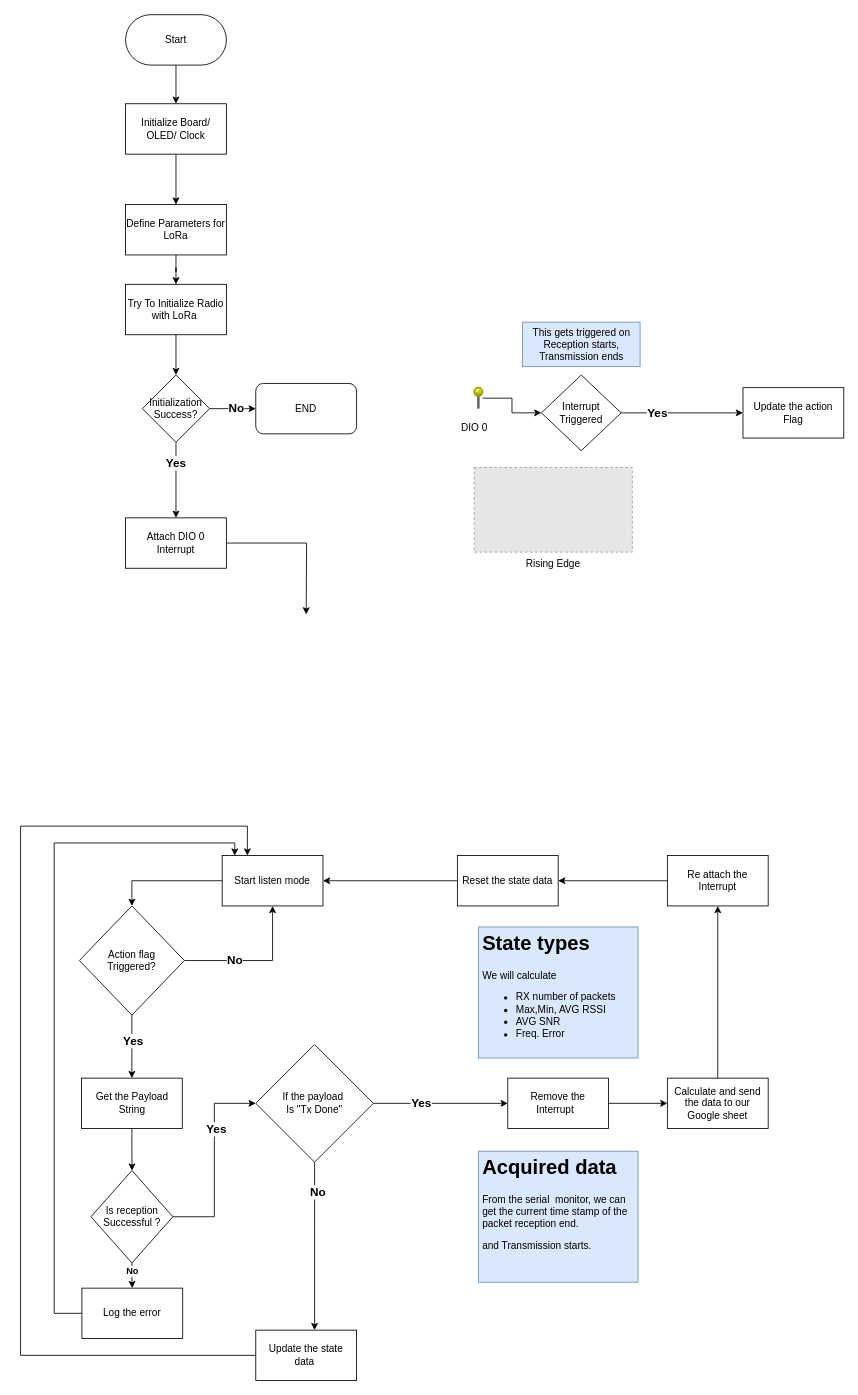
Earlier version of the draw.io diagram EndNode.drawio (NuwanUdara/my-diagrams). Source tidied: cells renumbered, new cells numbered last; positions are measured from the earlier drawing's top-left corner, leaving out a move shared by most shapes. Both pictures are drawn from the tidied source at 84%, with x=0, y=0 at pixel (20, 14). Pictures stored in the file or linked from it are replaced by grey dashed boxes.
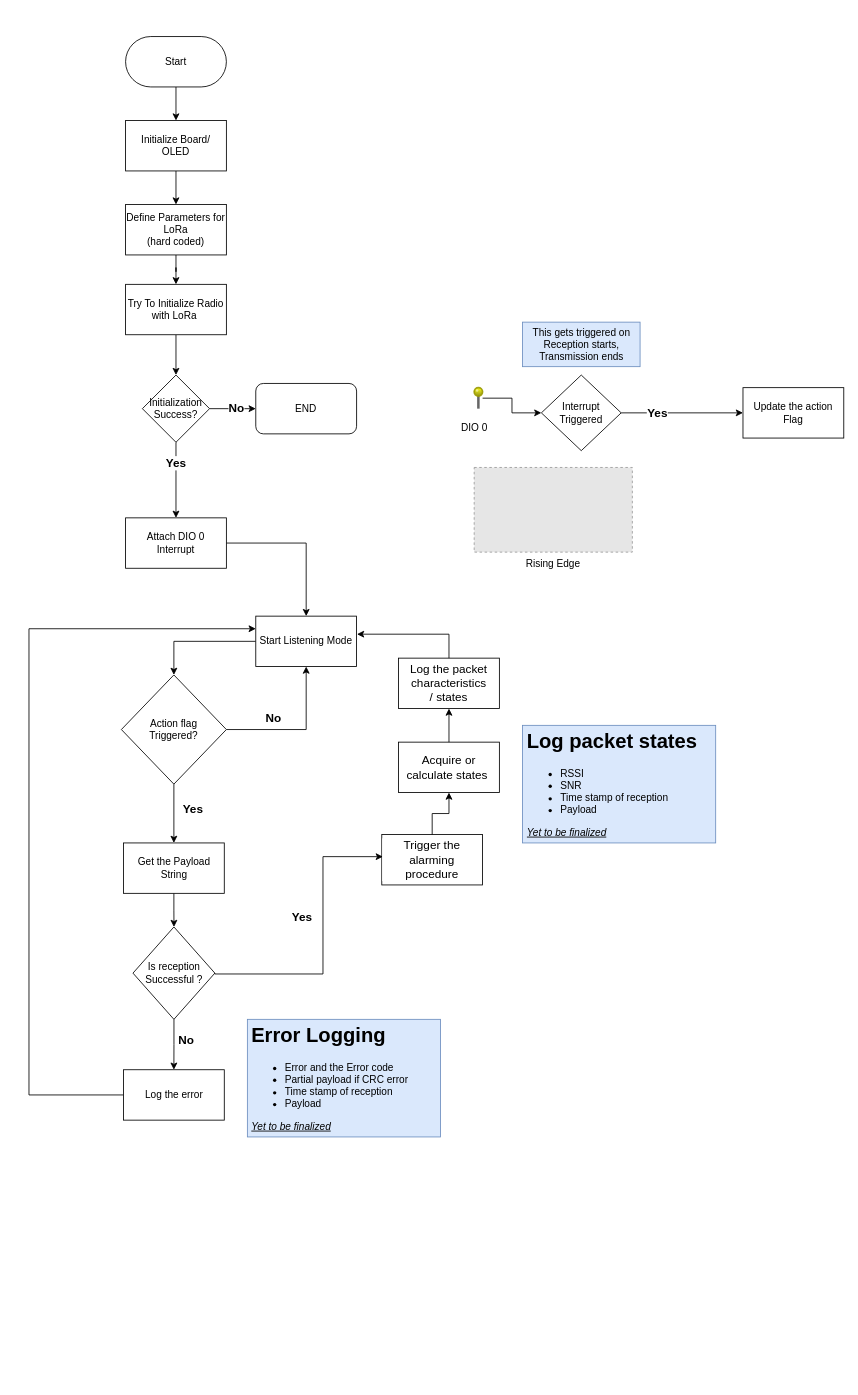
The same diagram, later.

Commit message:
added the flow and removed trash

Unchanged cells that the change refers to:
```xml
<mxCell id="16" value="Attach DIO 0 &lt;br&gt;Interrupt" style="whiteSpace=wrap;html=1;rounded=0;" parent="1" vertex="1">
  <mxGeometry x="125" y="599" width="120" height="60" as="geometry" />
</mxCell>
<mxCell id="53" style="edgeStyle=orthogonalEdgeStyle;rounded=0;jettySize=auto;html=1;" parent="1" edge="1" source="55" target="57">
  <mxGeometry relative="1" as="geometry" />
</mxCell>
```

Diff of the diagram source:
```diff
@@
     <mxCell id="3" value="Start" style="rounded=1;whiteSpace=wrap;html=1;arcSize=50;" parent="1" vertex="1">
-      <mxGeometry x="125" width="120" height="60" as="geometry" />
+      <mxGeometry x="125" y="26" width="120" height="60" as="geometry" />
     </mxCell>
@@
-    <mxCell id="5" value="Initialize Board/ &lt;br&gt;OLED/ Clock" style="rounded=0;whiteSpace=wrap;html=1;" parent="1" vertex="1">
-      <mxGeometry x="125" y="106" width="120" height="60" as="geometry" />
+    <mxCell id="5" value="Initialize Board/ &lt;br&gt;OLED" style="rounded=0;whiteSpace=wrap;html=1;" parent="1" vertex="1">
+      <mxGeometry x="125" y="126" width="120" height="60" as="geometry" />
     </mxCell>
@@
-    <mxCell id="7" value="Define Parameters for LoRa" style="whiteSpace=wrap;html=1;rounded=0;" parent="1" vertex="1">
+    <mxCell id="7" value="Define Parameters for LoRa&lt;br&gt;(hard coded)" style="whiteSpace=wrap;html=1;rounded=0;" parent="1" vertex="1">
       <mxGeometry x="125" y="226" width="120" height="60" as="geometry" />
     </mxCell>
@@
-    <mxCell id="15" style="edgeStyle=orthogonalEdgeStyle;rounded=0;jettySize=auto;html=1;" parent="1" edge="1" source="16">
-      <mxGeometry relative="1" as="geometry">
-        <mxPoint x="340" y="714" as="targetPoint" />
-      </mxGeometry>
+    <mxCell id="15" style="edgeStyle=orthogonalEdgeStyle;rounded=0;jettySize=auto;html=1;entryX=0.5;entryY=0;entryDx=0;entryDy=0;" parent="1" edge="1" source="16" target="61">
+      <mxGeometry relative="1" as="geometry" />
     </mxCell>
@@
+    <mxCell id="60" style="edgeStyle=orthogonalEdgeStyle;rounded=0;jettySize=auto;html=1;entryX=0.5;entryY=0;entryDx=0;entryDy=0;fontStyle=1;" parent="1" edge="1" source="61" target="31">
+      <mxGeometry relative="1" as="geometry" />
+    </mxCell>
+    <mxCell id="61" value="Start Listening Mode" style="rounded=0;whiteSpace=wrap;html=1;" parent="1" vertex="1">
+      <mxGeometry x="280" y="716" width="120" height="60" as="geometry" />
+    </mxCell>
+    <mxCell id="62" style="edgeStyle=orthogonalEdgeStyle;rounded=0;jettySize=auto;html=1;" parent="1" edge="1" source="31" target="61">
+      <mxGeometry relative="1" as="geometry" />
+    </mxCell>
-    <mxCell id="27" style="edgeStyle=orthogonalEdgeStyle;rounded=0;jettySize=auto;html=1;" parent="1" edge="1" source="31" target="33">
+    <mxCell id="27" style="edgeStyle=orthogonalEdgeStyle;rounded=0;jettySize=auto;html=1;fontFamily=Helvetica;fontSize=14;fontColor=default;" parent="1" edge="1" source="31" target="33">
       <mxGeometry relative="1" as="geometry" />
     </mxCell>
+    <mxCell id="31" value="Action flag &lt;br&gt;Triggered?" style="rhombus;whiteSpace=wrap;html=1;" parent="1" vertex="1">
+      <mxGeometry x="120" y="786" width="125" height="130" as="geometry" />
+    </mxCell>
-    <mxCell id="28" value="Yes" style="edgeLabel;html=1;align=center;verticalAlign=middle;fontSize=14;fontStyle=1;" parent="27" vertex="1">
-      <mxGeometry x="-0.19" y="2" relative="1" as="geometry">
-        <mxPoint x="-1" as="offset" />
+    <mxCell id="28" value="Yes" style="edgeLabel;html=1;align=center;verticalAlign=middle;fontSize=14;fontStyle=1;" parent="1" vertex="1">
+      <mxGeometry x="200" y="946" as="geometry">
+        <mxPoint x="4" y="-1" as="offset" />
       </mxGeometry>
     </mxCell>
-    <mxCell id="29" style="edgeStyle=orthogonalEdgeStyle;rounded=0;jettySize=auto;html=1;entryX=0.5;entryY=1;entryDx=0;entryDy=0;" parent="1" edge="1" source="31" target="35">
-      <mxGeometry relative="1" as="geometry" />
-    </mxCell>
-    <mxCell id="30" value="No" style="edgeLabel;html=1;align=center;verticalAlign=middle;fontSize=14;fontStyle=1;" parent="29" vertex="1">
-      <mxGeometry x="-0.31" y="1" relative="1" as="geometry" />
-    </mxCell>
-    <mxCell id="31" value="Action flag &lt;br&gt;Triggered?" style="rhombus;whiteSpace=wrap;html=1;" parent="1" vertex="1">
-      <mxGeometry x="70" y="1061" width="125" height="130" as="geometry" />
-    </mxCell>
@@
     <mxCell id="33" value="Get the Payload String" style="whiteSpace=wrap;html=1;" parent="1" vertex="1">
-      <mxGeometry x="72.5" y="1266" width="120" height="60" as="geometry" />
+      <mxGeometry x="122.5" y="986" width="120" height="60" as="geometry" />
     </mxCell>
-    <mxCell id="34" style="edgeStyle=orthogonalEdgeStyle;rounded=0;jettySize=auto;html=1;entryX=0.5;entryY=0;entryDx=0;entryDy=0;" parent="1" edge="1" source="35" target="31">
-      <mxGeometry relative="1" as="geometry" />
-    </mxCell>
-    <mxCell id="35" value="Start listen mode" style="rounded=0;whiteSpace=wrap;html=1;" parent="1" vertex="1">
-      <mxGeometry x="240" y="1001" width="120" height="60" as="geometry" />
-    </mxCell>
-    <mxCell id="36" style="edgeStyle=orthogonalEdgeStyle;rounded=0;jettySize=auto;html=1;" parent="1" edge="1" source="40" target="42">
-      <mxGeometry relative="1" as="geometry" />
-    </mxCell>
-    <mxCell id="37" value="Yes" style="edgeLabel;html=1;align=center;verticalAlign=middle;fontStyle=1;fontSize=14;" parent="36" vertex="1">
-      <mxGeometry x="-0.3" y="1" relative="1" as="geometry" />
-    </mxCell>
-    <mxCell id="38" style="edgeStyle=orthogonalEdgeStyle;rounded=0;jettySize=auto;html=1;" parent="1" edge="1" source="40" target="44">
-      <mxGeometry relative="1" as="geometry">
-        <Array as="points">
-          <mxPoint x="350" y="1446" />
-          <mxPoint x="350" y="1446" />
-        </Array>
-      </mxGeometry>
-    </mxCell>
-    <mxCell id="39" value="No" style="edgeLabel;html=1;align=center;verticalAlign=middle;fontStyle=1;fontSize=14;" parent="38" vertex="1">
-      <mxGeometry x="-0.65" y="3" relative="1" as="geometry" />
-    </mxCell>
-    <mxCell id="40" value="If the payload&amp;nbsp;&lt;br&gt;Is &quot;Tx Done&quot;" style="rhombus;whiteSpace=wrap;html=1;" parent="1" vertex="1">
-      <mxGeometry x="280" y="1226" width="140" height="140" as="geometry" />
-    </mxCell>
-    <mxCell id="41" style="edgeStyle=orthogonalEdgeStyle;rounded=0;jettySize=auto;html=1;" parent="1" edge="1" source="42" target="48">
-      <mxGeometry relative="1" as="geometry" />
-    </mxCell>
-    <mxCell id="42" value="Remove the Interrupt&amp;nbsp;&amp;nbsp;" style="whiteSpace=wrap;html=1;" parent="1" vertex="1">
-      <mxGeometry x="580" y="1266" width="120" height="60" as="geometry" />
-    </mxCell>
-    <mxCell id="43" style="edgeStyle=orthogonalEdgeStyle;rounded=0;jettySize=auto;html=1;exitX=0;exitY=0.5;exitDx=0;exitDy=0;entryX=0.25;entryY=0;entryDx=0;entryDy=0;" parent="1" edge="1" source="44" target="35">
-      <mxGeometry relative="1" as="geometry">
-        <Array as="points">
-          <mxPoint y="1596" />
-          <mxPoint y="966" />
-          <mxPoint x="270" y="966" />
-        </Array>
-      </mxGeometry>
-    </mxCell>
-    <mxCell id="44" value="Update the state data&amp;nbsp;" style="whiteSpace=wrap;html=1;" parent="1" vertex="1">
-      <mxGeometry x="280" y="1566" width="120" height="60" as="geometry" />
-    </mxCell>
-    <mxCell id="45" style="edgeStyle=orthogonalEdgeStyle;rounded=0;jettySize=auto;html=1;entryX=1;entryY=0.5;entryDx=0;entryDy=0;" parent="1" edge="1" source="46" target="35">
-      <mxGeometry relative="1" as="geometry">
-        <Array as="points">
-          <mxPoint x="560" y="1031" />
-        </Array>
-      </mxGeometry>
-    </mxCell>
-    <mxCell id="46" value="Reset the state data" style="whiteSpace=wrap;html=1;" parent="1" vertex="1">
-      <mxGeometry x="520" y="1001" width="120" height="60" as="geometry" />
-    </mxCell>
-    <mxCell id="47" style="edgeStyle=orthogonalEdgeStyle;rounded=0;jettySize=auto;html=1;" parent="1" edge="1" source="48" target="50">
-      <mxGeometry relative="1" as="geometry" />
-    </mxCell>
-    <mxCell id="48" value="Calculate and send the data to our Google sheet" style="whiteSpace=wrap;html=1;" parent="1" vertex="1">
-      <mxGeometry x="770" y="1266" width="120" height="60" as="geometry" />
-    </mxCell>
-    <mxCell id="49" style="edgeStyle=orthogonalEdgeStyle;rounded=0;jettySize=auto;html=1;entryX=1;entryY=0.5;entryDx=0;entryDy=0;" parent="1" edge="1" source="50" target="46">
-      <mxGeometry relative="1" as="geometry" />
-    </mxCell>
-    <mxCell id="50" value="Re attach the Interrupt" style="whiteSpace=wrap;html=1;" parent="1" vertex="1">
-      <mxGeometry x="770" y="1001" width="120" height="60" as="geometry" />
-    </mxCell>
-    <mxCell id="51" style="edgeStyle=orthogonalEdgeStyle;rounded=0;jettySize=auto;html=1;entryX=0;entryY=0.5;entryDx=0;entryDy=0;" parent="1" edge="1" source="55" target="40">
-      <mxGeometry relative="1" as="geometry" />
-    </mxCell>
-    <mxCell id="52" value="Yes" style="edgeLabel;html=1;align=center;verticalAlign=middle;fontStyle=1;fontSize=14;" parent="51" vertex="1">
-      <mxGeometry x="0.32" y="-2" relative="1" as="geometry" />
-    </mxCell>
@@
-    <mxCell id="54" value="No" style="edgeLabel;html=1;align=center;verticalAlign=middle;fontStyle=1;" parent="53" vertex="1">
-      <mxGeometry x="0.03" relative="1" as="geometry">
-        <mxPoint y="-6" as="offset" />
-      </mxGeometry>
-    </mxCell>
+    <mxCell id="63" value="No" style="edgeLabel;html=1;align=center;verticalAlign=middle;fontStyle=1;fontSize=14;" parent="53" vertex="1">
+      <mxGeometry x="0.03" relative="1" as="geometry">
+        <mxPoint x="14" y="-6" as="offset" />
+      </mxGeometry>
+    </mxCell>
     <mxCell id="55" value="Is reception Successful ?" style="rhombus;whiteSpace=wrap;html=1;" parent="1" vertex="1">
-      <mxGeometry x="83.8" y="1376" width="97.5" height="110" as="geometry" />
+      <mxGeometry x="133.8" y="1086" width="97.5" height="110" as="geometry" />
     </mxCell>
-    <mxCell id="56" style="edgeStyle=orthogonalEdgeStyle;rounded=0;jettySize=auto;html=1;exitX=0;exitY=0.5;exitDx=0;exitDy=0;entryX=0.125;entryY=0.001;entryDx=0;entryDy=0;entryPerimeter=0;" parent="1" edge="1" source="57" target="35">
-      <mxGeometry relative="1" as="geometry">
-        <Array as="points">
-          <mxPoint x="40" y="1546" />
-          <mxPoint x="40" y="986" />
-          <mxPoint x="255" y="986" />
-        </Array>
-      </mxGeometry>
-    </mxCell>
+    <mxCell id="64" style="edgeStyle=orthogonalEdgeStyle;rounded=0;jettySize=auto;html=1;fontFamily=Helvetica;fontSize=14;fontColor=default;entryX=0;entryY=0.25;entryDx=0;entryDy=0;" parent="1" edge="1" source="57" target="61">
+      <mxGeometry relative="1" as="geometry">
+        <Array as="points">
+          <mxPoint x="10" y="1286" />
+          <mxPoint x="10" y="731" />
+        </Array>
+      </mxGeometry>
+    </mxCell>
     <mxCell id="57" value="Log the error" style="rounded=0;whiteSpace=wrap;html=1;" parent="1" vertex="1">
-      <mxGeometry x="73" y="1516" width="120" height="60" as="geometry" />
+      <mxGeometry x="122.5" y="1256" width="120" height="60" as="geometry" />
     </mxCell>
-    <mxCell id="58" value="&lt;h1&gt;State types&lt;/h1&gt;&lt;p&gt;We will calculate&lt;/p&gt;&lt;p&gt;&lt;/p&gt;&lt;ul&gt;&lt;li&gt;RX number of packets&lt;/li&gt;&lt;li&gt;Max,Min, AVG RSSI&lt;/li&gt;&lt;li&gt;AVG SNR&lt;/li&gt;&lt;li&gt;Freq. Error&lt;/li&gt;&lt;/ul&gt;&lt;p&gt;&lt;/p&gt;" style="text;html=1;strokeColor=#6c8ebf;fillColor=#dae8fc;spacing=5;spacingTop=-20;whiteSpace=wrap;overflow=hidden;rounded=0;" parent="1" vertex="1">
-      <mxGeometry x="545" y="1086" width="190" height="156" as="geometry" />
-    </mxCell>
-    <mxCell id="59" value="&lt;h1&gt;Acquired&amp;nbsp;data&lt;/h1&gt;&lt;p&gt;From the serial&amp;nbsp; monitor, we can get the current time stamp of the packet reception end.&lt;/p&gt;&lt;p&gt;and Transmission starts.&lt;/p&gt;&lt;p&gt;&lt;/p&gt;" style="text;html=1;strokeColor=#6c8ebf;fillColor=#dae8fc;spacing=5;spacingTop=-20;whiteSpace=wrap;overflow=hidden;rounded=0;" parent="1" vertex="1">
-      <mxGeometry x="545" y="1353" width="190" height="156" as="geometry" />
-    </mxCell>
+    <mxCell id="65" value="No" style="edgeLabel;html=1;align=center;verticalAlign=middle;fontStyle=1;fontSize=14;" parent="1" vertex="1">
+      <mxGeometry x="300" y="836" as="geometry" />
+    </mxCell>
+    <mxCell id="66" style="edgeStyle=orthogonalEdgeStyle;rounded=0;jettySize=auto;html=1;entryX=0.011;entryY=0.439;entryDx=0;entryDy=0;entryPerimeter=0;" parent="1" edge="1" target="69">
+      <mxGeometry relative="1" as="geometry">
+        <mxPoint x="231.2" y="1141" as="sourcePoint" />
+        <Array as="points">
+          <mxPoint x="231" y="1142" />
+          <mxPoint x="360" y="1142" />
+          <mxPoint x="360" y="1002" />
+        </Array>
+      </mxGeometry>
+    </mxCell>
+    <mxCell id="67" value="Yes" style="edgeLabel;html=1;align=center;verticalAlign=middle;fontStyle=1;fontSize=14;" parent="66" vertex="1">
+      <mxGeometry x="0.32" y="-2" relative="1" as="geometry">
+        <mxPoint x="-28" y="28" as="offset" />
+      </mxGeometry>
+    </mxCell>
+    <mxCell id="68" style="edgeStyle=orthogonalEdgeStyle;rounded=0;jettySize=auto;html=1;entryX=0.5;entryY=1;entryDx=0;entryDy=0;fontFamily=Helvetica;fontSize=14;fontColor=default;" parent="1" edge="1" source="69" target="75">
+      <mxGeometry relative="1" as="geometry" />
+    </mxCell>
+    <mxCell id="69" value="Trigger the alarming procedure" style="rounded=0;whiteSpace=wrap;html=1;labelBackgroundColor=default;fontFamily=Helvetica;fontSize=14;fontColor=default;fillColor=none;gradientColor=none;" parent="1" vertex="1">
+      <mxGeometry x="430" y="976" width="120" height="60" as="geometry" />
+    </mxCell>
+    <mxCell id="70" style="edgeStyle=orthogonalEdgeStyle;rounded=0;jettySize=auto;html=1;entryX=1.004;entryY=0.358;entryDx=0;entryDy=0;entryPerimeter=0;fontFamily=Helvetica;fontSize=14;fontColor=default;" parent="1" edge="1" source="71" target="61">
+      <mxGeometry relative="1" as="geometry">
+        <Array as="points">
+          <mxPoint x="510" y="737" />
+        </Array>
+      </mxGeometry>
+    </mxCell>
+    <mxCell id="71" value="Log the packet characteristics&lt;br&gt;/ states" style="rounded=0;whiteSpace=wrap;html=1;labelBackgroundColor=default;fontFamily=Helvetica;fontSize=14;fontColor=default;fillColor=none;gradientColor=none;" parent="1" vertex="1">
+      <mxGeometry x="450" y="766" width="120" height="60" as="geometry" />
+    </mxCell>
+    <mxCell id="72" value="&lt;h1&gt;Log packet states&lt;/h1&gt;&lt;p&gt;&lt;/p&gt;&lt;ul&gt;&lt;li&gt;RSSI&lt;/li&gt;&lt;li&gt;SNR&lt;/li&gt;&lt;li&gt;Time stamp of reception&lt;/li&gt;&lt;li&gt;Payload&lt;/li&gt;&lt;/ul&gt;&lt;div&gt;&lt;i&gt;&lt;u&gt;Yet to be finalized&lt;/u&gt;&lt;/i&gt;&lt;/div&gt;&lt;p&gt;&lt;/p&gt;&lt;p&gt;&lt;/p&gt;" style="text;html=1;strokeColor=#6c8ebf;fillColor=#dae8fc;spacing=5;spacingTop=-20;whiteSpace=wrap;overflow=hidden;rounded=0;" parent="1" vertex="1">
+      <mxGeometry x="597.5" y="846" width="230" height="140" as="geometry" />
+    </mxCell>
+    <mxCell id="73" value="&lt;h1&gt;Error Logging&lt;/h1&gt;&lt;p&gt;&lt;/p&gt;&lt;ul&gt;&lt;li&gt;Error and the Error code&lt;/li&gt;&lt;li&gt;Partial payload if CRC error&lt;/li&gt;&lt;li&gt;Time stamp of reception&lt;/li&gt;&lt;li&gt;Payload&lt;/li&gt;&lt;/ul&gt;&lt;div&gt;&lt;i&gt;&lt;u&gt;Yet to be finalized&lt;/u&gt;&lt;/i&gt;&lt;/div&gt;&lt;p&gt;&lt;/p&gt;&lt;p&gt;&lt;/p&gt;" style="text;html=1;strokeColor=#6c8ebf;fillColor=#dae8fc;spacing=5;spacingTop=-20;whiteSpace=wrap;overflow=hidden;rounded=0;" parent="1" vertex="1">
+      <mxGeometry x="270" y="1196" width="230" height="140" as="geometry" />
+    </mxCell>
+    <mxCell id="74" style="edgeStyle=orthogonalEdgeStyle;rounded=0;jettySize=auto;html=1;fontFamily=Helvetica;fontSize=14;fontColor=default;" parent="1" edge="1" source="75" target="71">
+      <mxGeometry relative="1" as="geometry" />
+    </mxCell>
+    <mxCell id="75" value="Acquire or calculate states&amp;nbsp;" style="rounded=0;whiteSpace=wrap;html=1;labelBackgroundColor=default;fontFamily=Helvetica;fontSize=14;fontColor=default;fillColor=none;gradientColor=none;" parent="1" vertex="1">
+      <mxGeometry x="450" y="866" width="120" height="60" as="geometry" />
+    </mxCell>
```
